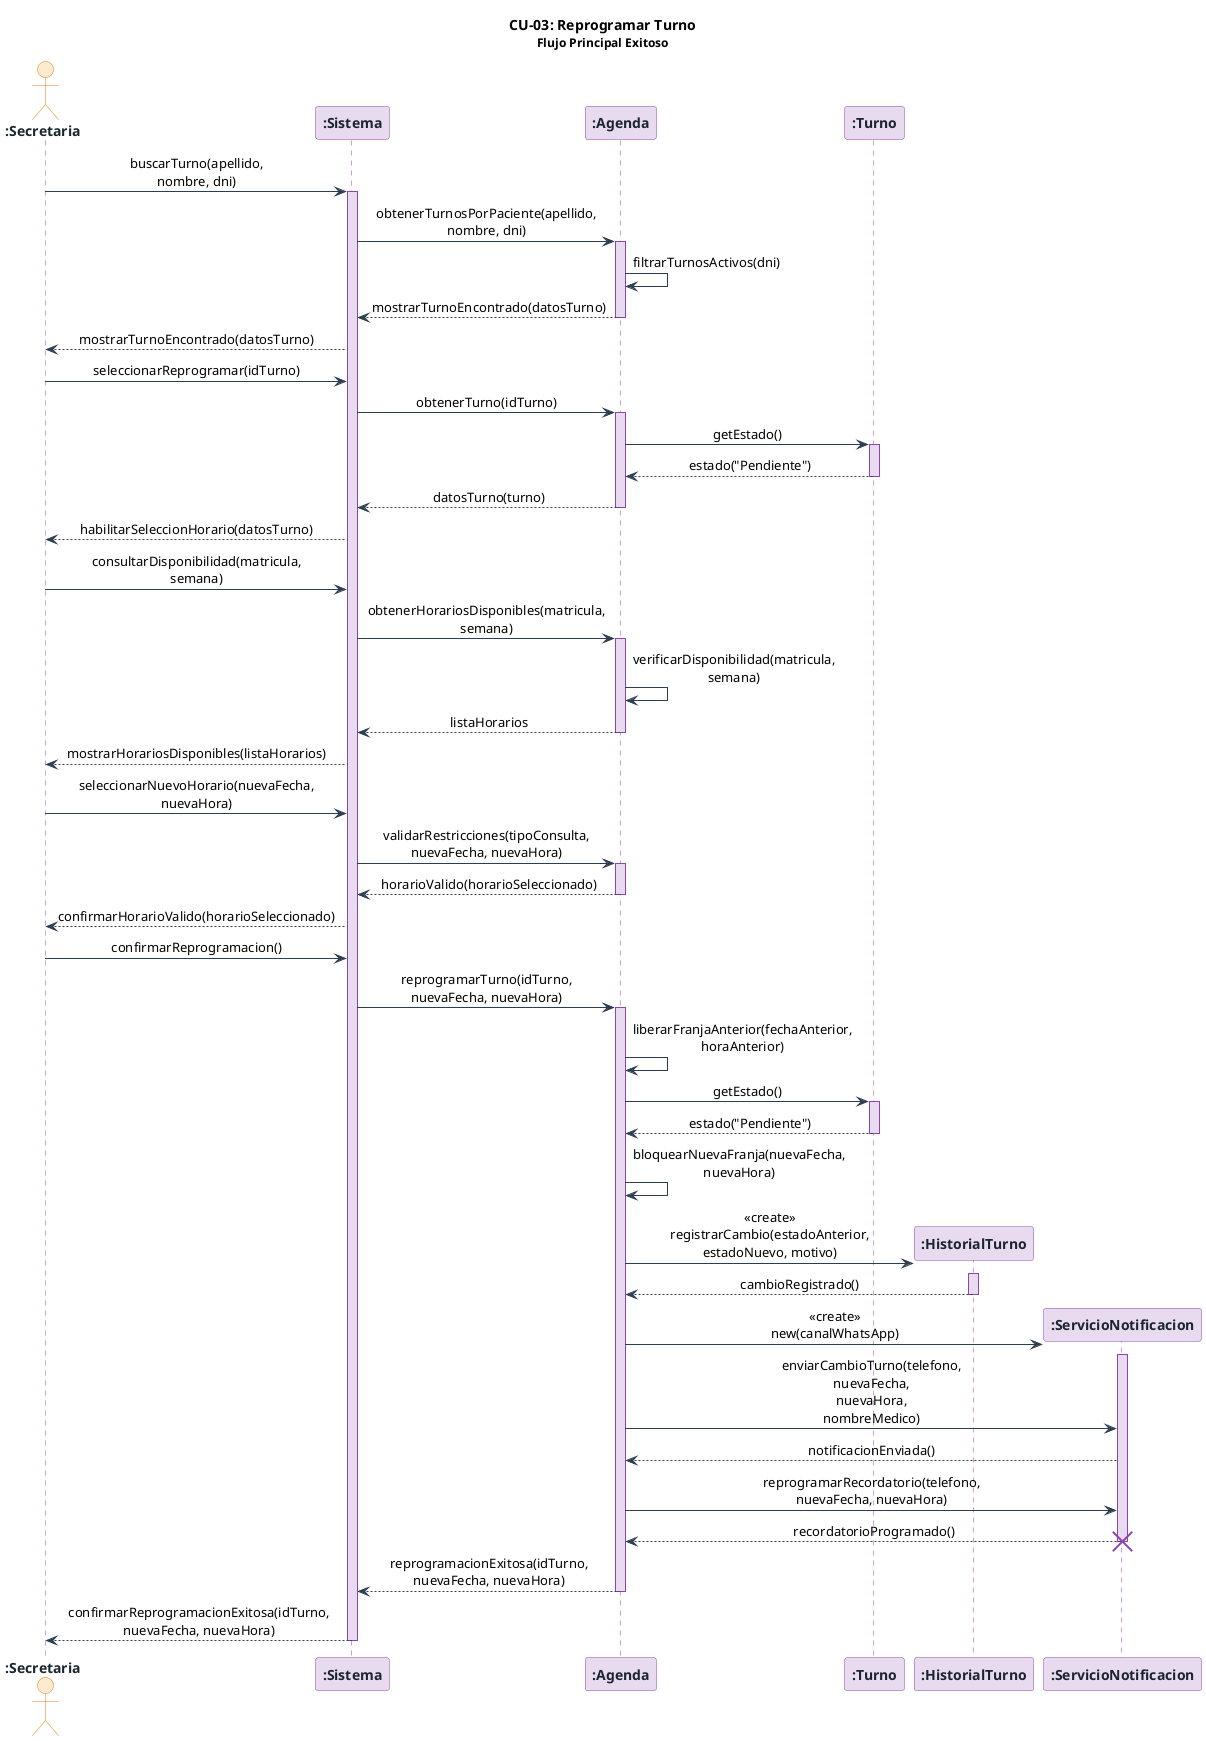
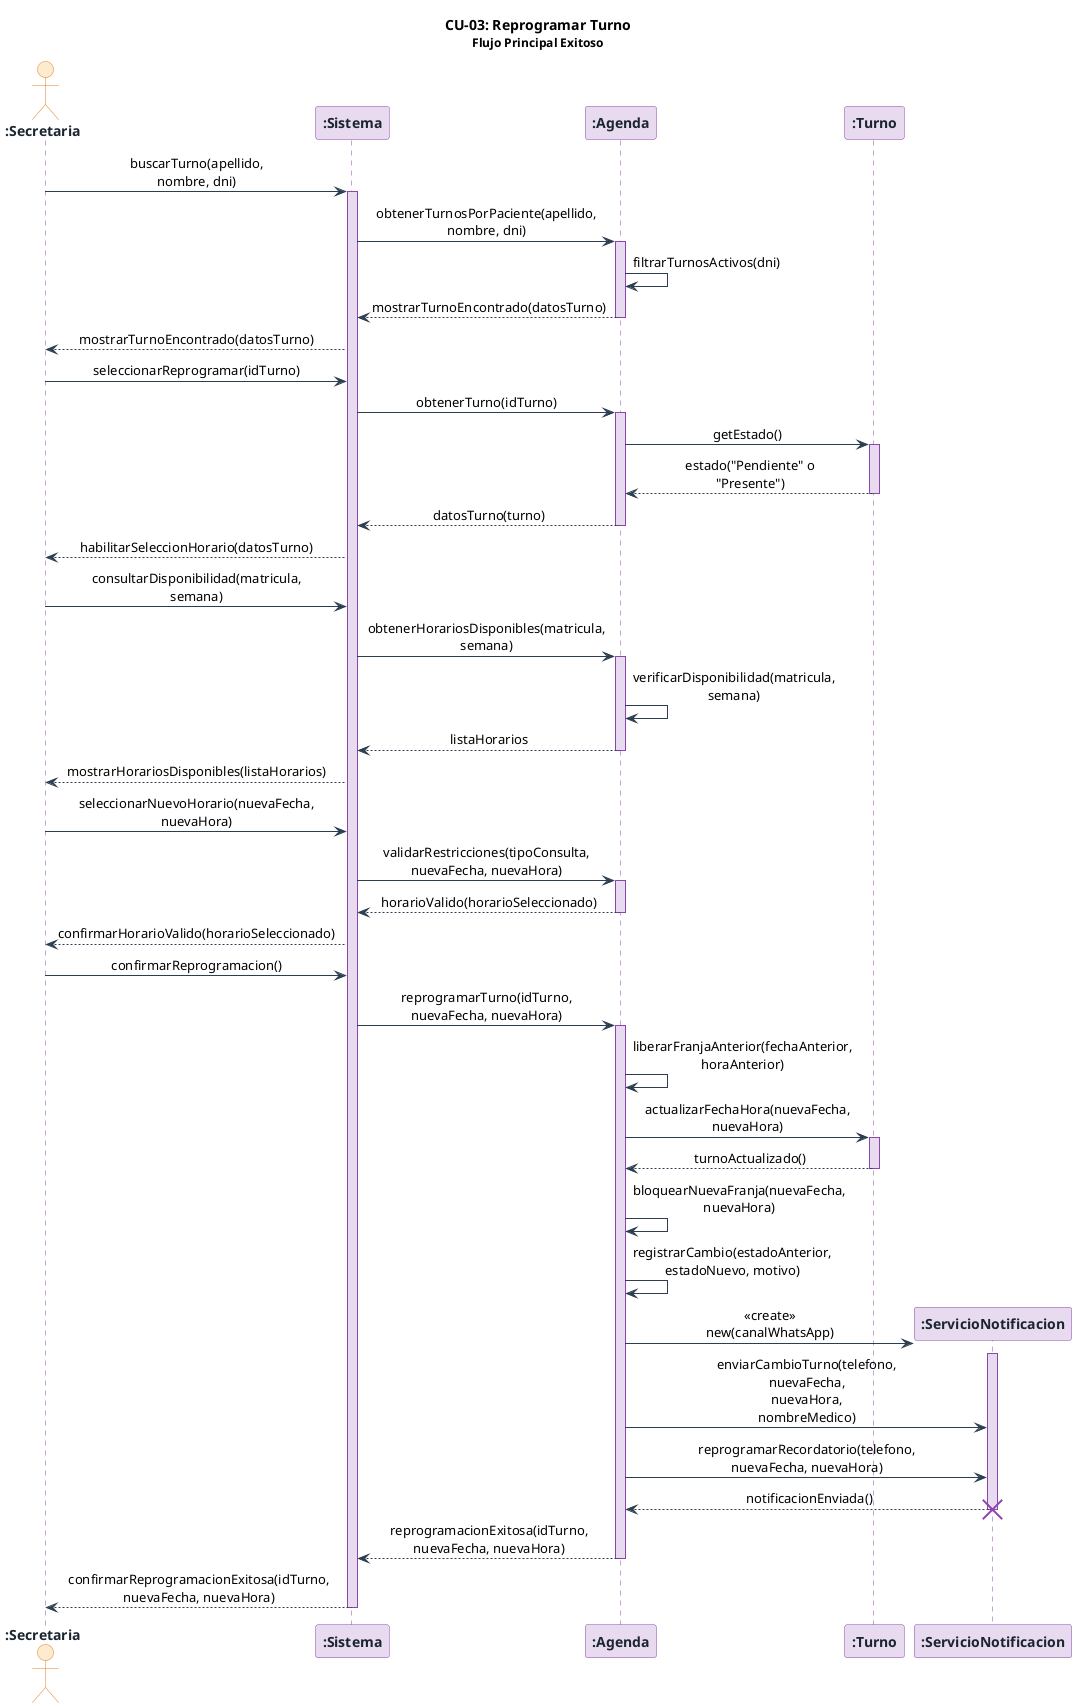
@startuml 05-cu03-reprogramar-turno

skinparam sequenceMessageAlign center
skinparam responseMessageBelowArrow true
skinparam maxMessageSize 160
skinparam sequence {
    ArrowColor          #2C3E50
    LifeLineBorderColor #8E44AD
    LifeLineBackgroundColor #E8DAEF
    BoxBackgroundColor  #FDFEFE
    BoxBorderColor      #2C3E50
}
skinparam participant {
    BackgroundColor #E8DAEF
    BorderColor     #8E44AD
    FontColor       #1A252F
    FontStyle       bold
}
skinparam actor {
    BackgroundColor #FDEBD0
    BorderColor     #E67E22
    FontColor       #1A252F
    FontStyle       bold
}

title **CU-03: Reprogramar Turno**\n<size:12>Flujo Principal Exitoso</size>

actor       ":Secretaria"               as secretaria
participant ":Sistema"                  as sistema
participant ":Agenda"                   as agenda
participant ":Turno"                    as turno
- participant ":HistorialTurno"           as historialTurno
participant ":ServicioNotificacion"     as svcNotificacion

' ── 1. La secretaria busca el turno del paciente (paso 2) ──────────────────
secretaria  ->  sistema             : buscarTurno(apellido, nombre, dni)
activate sistema
sistema     ->  agenda              : obtenerTurnosPorPaciente(apellido, nombre, dni)
activate agenda
agenda      ->  agenda              : filtrarTurnosActivos(dni)
agenda      -->  sistema            : mostrarTurnoEncontrado(datosTurno)
deactivate agenda
sistema     -->  secretaria         : mostrarTurnoEncontrado(datosTurno)

' ── 2. La secretaria selecciona el turno y elige "Reprogramar" (pasos 3-4) ─
secretaria  ->  sistema             : seleccionarReprogramar(idTurno)
sistema     ->  agenda              : obtenerTurno(idTurno)
activate agenda
agenda      ->  turno               : getEstado()
activate turno
- turno       -->  agenda             : estado("Pendiente")
+ turno       -->  agenda             : estado("Pendiente" o "Presente")
deactivate turno
agenda      -->  sistema            : datosTurno(turno)
deactivate agenda
sistema     -->  secretaria         : habilitarSeleccionHorario(datosTurno)

' ── 3. El sistema presenta el calendario con horarios disponibles (paso 5) ─
secretaria  ->  sistema             : consultarDisponibilidad(matricula, semana)
sistema     ->  agenda              : obtenerHorariosDisponibles(matricula, semana)
activate agenda
agenda      ->  agenda              : verificarDisponibilidad(matricula, semana)
agenda      -->  sistema            : listaHorarios
deactivate agenda
sistema     -->  secretaria         : mostrarHorariosDisponibles(listaHorarios)

' ── 4. La secretaria selecciona el nuevo día y horario (paso 6) ────────────
secretaria  ->  sistema             : seleccionarNuevoHorario(nuevaFecha, nuevaHora)
sistema     ->  agenda              : validarRestricciones(tipoConsulta, nuevaFecha, nuevaHora)
activate agenda
agenda      -->  sistema            : horarioValido(horarioSeleccionado)
deactivate agenda
sistema     -->  secretaria         : confirmarHorarioValido(horarioSeleccionado)

' ── 5. La secretaria confirma la reprogramación (paso 7) ───────────────────
secretaria  ->  sistema             : confirmarReprogramacion()
sistema     ->  agenda              : reprogramarTurno(idTurno, nuevaFecha, nuevaHora)
activate agenda

' ── 6. El sistema libera la franja anterior (paso 8) ───────────────────────
agenda      ->  agenda              : liberarFranjaAnterior(fechaAnterior, horaAnterior)

' ── 7. El sistema actualiza el turno y bloquea la nueva franja (paso 9) ────
- agenda      ->  turno               : getEstado()
+ agenda      ->  turno               : actualizarFechaHora(nuevaFecha, nuevaHora)
activate turno
- turno       -->  agenda             : estado("Pendiente")
+ turno       -->  agenda             : turnoActualizado()
deactivate turno
agenda      ->  agenda              : bloquearNuevaFranja(nuevaFecha, nuevaHora)

' ── 8. Registro obligatorio del historial de cambio (paso 9 - RNF4) ────────
- create historialTurno
- agenda      ->  historialTurno      : <<create>>\nregistrarCambio(estadoAnterior,\nestadoNuevo, motivo)
- activate historialTurno
- historialTurno -->  agenda          : cambioRegistrado()
- deactivate historialTurno
+ agenda      ->  agenda              : registrarCambio(estadoAnterior,\nestadoNuevo, motivo)

' ── 9. El sistema notifica al paciente por WhatsApp (paso 10 - RF7) ─────────
create svcNotificacion
agenda      ->  svcNotificacion     : <<create>>\nnew(canalWhatsApp)
activate svcNotificacion
- 
agenda      ->  svcNotificacion     : enviarCambioTurno(telefono, nuevaFecha,\nnuevaHora, nombreMedico)
+ agenda      ->  svcNotificacion     : reprogramarRecordatorio(telefono,\nnuevaFecha, nuevaHora)
svcNotificacion -->  agenda         : notificacionEnviada()
- 
- agenda      ->  svcNotificacion     : reprogramarRecordatorio(telefono,\nnuevaFecha, nuevaHora)
- svcNotificacion -->  agenda         : recordatorioProgramado()
- 
destroy svcNotificacion
+ deactivate svcNotificacion

agenda      -->  sistema            : reprogramacionExitosa(idTurno,\nnuevaFecha, nuevaHora)
deactivate agenda

' ── 10. El sistema confirma la reprogramación exitosa en pantalla (paso 11) ─
sistema     -->  secretaria         : confirmarReprogramacionExitosa(idTurno,\nnuevaFecha, nuevaHora)
deactivate sistema

@enduml
